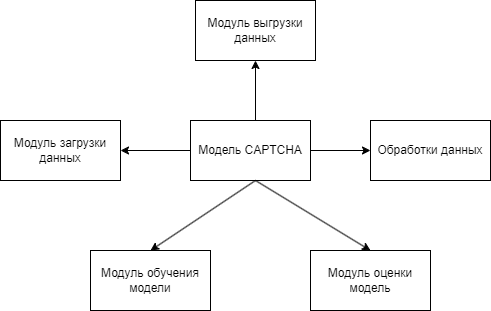
Above: img/Component_diagram.png in lihachev9/CAPTCHA (draw.io), before the change. Source tidied: cells renumbered, new cells last; positions are measured from the earlier drawing's top-left corner, leaving out a move shared by most shapes.
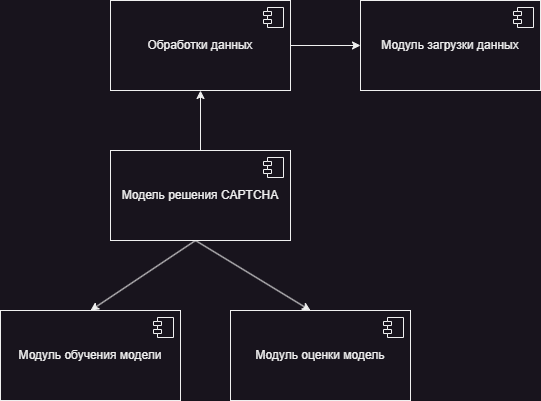
After the commit.

The edit, as a diff of the source:
```diff
@@ -2,48 +2,63 @@
   <root>
     <mxCell id="0" />
     <mxCell id="1" parent="0" />
-    <mxCell id="2" value="Модель&amp;nbsp;CAPTCHA" style="rounded=0;whiteSpace=wrap;html=1;" parent="1" vertex="1">
-      <mxGeometry x="190" y="120" width="120" height="60" as="geometry" />
-    </mxCell>
-    <mxCell id="3" style="endArrow=classic;html=1;rounded=0;" parent="1" edge="1" target="4">
-      <mxGeometry relative="1" as="geometry">
-        <mxPoint x="310" y="150" as="sourcePoint" />
-      </mxGeometry>
+    <mxCell id="3" style="endArrow=classic;html=1;rounded=0;exitX=1;exitY=0.5;exitDx=0;exitDy=0;entryX=0;entryY=0.5;entryDx=0;entryDy=0;" parent="1" edge="1" source="4" target="7">
+      <mxGeometry relative="1" as="geometry" />
     </mxCell>
-    <mxCell id="4" value="Обработки данных" style="rounded=0;whiteSpace=wrap;html=1;" parent="1" vertex="1">
-      <mxGeometry x="370" y="120" width="120" height="60" as="geometry" />
-    </mxCell>
-    <mxCell id="5" style="endArrow=classic;html=1;rounded=0;" parent="1" edge="1" target="6">
-      <mxGeometry relative="1" as="geometry">
-        <mxPoint x="255" y="120" as="sourcePoint" />
-      </mxGeometry>
+    <mxCell id="5" style="endArrow=classic;html=1;rounded=0;exitX=0.5;exitY=0;exitDx=0;exitDy=0;entryX=0.5;entryY=1;entryDx=0;entryDy=0;" parent="1" edge="1" source="13" target="4">
+      <mxGeometry relative="1" as="geometry" />
     </mxCell>
-    <mxCell id="6" value="Модуль выгрузки данных" style="rounded=0;whiteSpace=wrap;html=1;" parent="1" vertex="1">
-      <mxGeometry x="195" width="120" height="60" as="geometry" />
-    </mxCell>
-    <mxCell id="7" value="Модуль загрузки данных" style="rounded=0;whiteSpace=wrap;html=1;" parent="1" vertex="1">
-      <mxGeometry y="120" width="120" height="60" as="geometry" />
-    </mxCell>
-    <mxCell id="8" style="endArrow=classic;html=1;rounded=0;entryX=1;entryY=0.5;entryDx=0;entryDy=0;" parent="1" edge="1" target="7">
-      <mxGeometry relative="1" as="geometry">
-        <mxPoint x="190" y="150" as="sourcePoint" />
-      </mxGeometry>
-    </mxCell>
-    <mxCell id="9" value="Модуль обучения модели" style="rounded=0;whiteSpace=wrap;html=1;" parent="1" vertex="1">
-      <mxGeometry x="90" y="250" width="120" height="60" as="geometry" />
-    </mxCell>
-    <mxCell id="10" value="Модуль оценки модель" style="rounded=0;whiteSpace=wrap;html=1;" parent="1" vertex="1">
-      <mxGeometry x="310" y="250" width="120" height="60" as="geometry" />
-    </mxCell>
-    <mxCell id="11" style="endArrow=classic;html=1;rounded=0;entryX=0.5;entryY=0;entryDx=0;entryDy=0;" parent="1" edge="1" target="10">
+    <mxCell id="11" style="endArrow=classic;html=1;rounded=0;entryX=0.5;entryY=0;entryDx=0;entryDy=0;" parent="1" edge="1">
       <mxGeometry relative="1" as="geometry">
-        <mxPoint x="255" y="180" as="sourcePoint" />
+        <mxPoint x="265" y="230" as="sourcePoint" />
+        <mxPoint x="380" y="300" as="targetPoint" />
       </mxGeometry>
     </mxCell>
-    <mxCell id="12" style="endArrow=classic;html=1;rounded=0;entryX=0.5;entryY=0;entryDx=0;entryDy=0;" parent="1" edge="1" target="9">
+    <mxCell id="12" style="endArrow=classic;html=1;rounded=0;entryX=0.5;entryY=0;entryDx=0;entryDy=0;" parent="1" edge="1">
       <mxGeometry relative="1" as="geometry">
-        <mxPoint x="255" y="180" as="sourcePoint" />
+        <mxPoint x="265" y="230" as="sourcePoint" />
+        <mxPoint x="160" y="300" as="targetPoint" />
       </mxGeometry>
     </mxCell>
+    <mxCell id="13" value="Модель решения CAPTCHA" style="html=1;whiteSpace=wrap;" parent="1" vertex="1">
+      <mxGeometry x="180" y="140" width="180" height="90" as="geometry" />
+    </mxCell>
+    <mxCell id="14" style="shape=module;jettyWidth=8;jettyHeight=4;" parent="13" vertex="1">
+      <mxGeometry x="1" width="20" height="20" relative="1" as="geometry">
+        <mxPoint x="-27" y="7" as="offset" />
+      </mxGeometry>
+    </mxCell>
+    <mxCell id="9" value="Модуль обучения модели" style="html=1;whiteSpace=wrap;" parent="1" vertex="1">
+      <mxGeometry x="70" y="300" width="180" height="90" as="geometry" />
+    </mxCell>
+    <mxCell id="15" style="shape=module;jettyWidth=8;jettyHeight=4;" parent="9" vertex="1">
+      <mxGeometry x="1" width="20" height="20" relative="1" as="geometry">
+        <mxPoint x="-27" y="7" as="offset" />
+      </mxGeometry>
+    </mxCell>
+    <mxCell id="10" value="Модуль оценки модель" style="html=1;whiteSpace=wrap;" parent="1" vertex="1">
+      <mxGeometry x="300" y="300" width="180" height="90" as="geometry" />
+    </mxCell>
+    <mxCell id="16" style="shape=module;jettyWidth=8;jettyHeight=4;" parent="10" vertex="1">
+      <mxGeometry x="1" width="20" height="20" relative="1" as="geometry">
+        <mxPoint x="-27" y="7" as="offset" />
+      </mxGeometry>
+    </mxCell>
+    <mxCell id="4" value="Обработки данных" style="html=1;whiteSpace=wrap;" parent="1" vertex="1">
+      <mxGeometry x="180" y="-10" width="180" height="90" as="geometry" />
+    </mxCell>
+    <mxCell id="17" style="shape=module;jettyWidth=8;jettyHeight=4;" parent="4" vertex="1">
+      <mxGeometry x="1" width="20" height="20" relative="1" as="geometry">
+        <mxPoint x="-27" y="7" as="offset" />
+      </mxGeometry>
+    </mxCell>
+    <mxCell id="7" value="Модуль загрузки данных" style="html=1;whiteSpace=wrap;" parent="1" vertex="1">
+      <mxGeometry x="430" y="-10" width="180" height="90" as="geometry" />
+    </mxCell>
+    <mxCell id="18" style="shape=module;jettyWidth=8;jettyHeight=4;" parent="7" vertex="1">
+      <mxGeometry x="1" width="20" height="20" relative="1" as="geometry">
+        <mxPoint x="-27" y="7" as="offset" />
+      </mxGeometry>
+    </mxCell>
   </root>
 </mxGraphModel>
```
